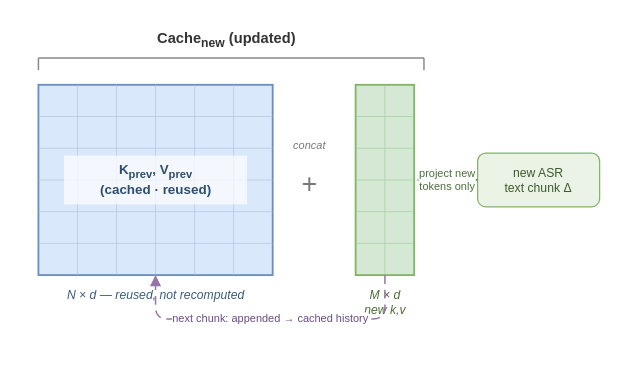
Earlier version of the draw.io diagram paper/tougao/attach/drawprompt/pic5.drawio (hua0424/streamllm). Source tidied: cells renumbered, new cells numbered last; positions are measured from the earlier drawing's top-left corner, leaving out a move shared by most shapes. Both pictures are drawn from the tidied source at 122%, with x=0, y=0 at pixel (21, 21).
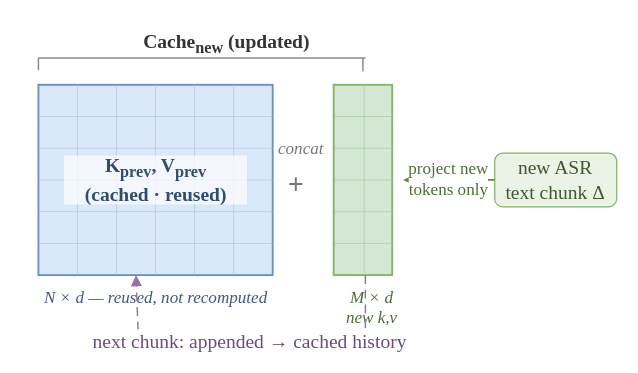
After the change.

Change to the diagram source:
```diff
@@
-    <mxCell id="2" value="Cache&lt;sub&gt;new&lt;/sub&gt; (updated)" style="text;html=1;align=center;fontSize=12;fontStyle=1;fontColor=#333333;" parent="1" vertex="1">
+    <mxCell id="2" value="&lt;font face=&quot;Times New Roman&quot; style=&quot;font-size: 16px;&quot;&gt;Cache&lt;sub&gt;new&lt;/sub&gt; (updated)&lt;/font&gt;" style="text;html=1;align=center;fontSize=12;fontStyle=1;fontColor=#333333;" parent="1" vertex="1">
       <mxGeometry x="8" width="320" height="18" as="geometry" />
     </mxCell>
     <mxCell id="3" style="endArrow=none;startArrow=none;html=1;strokeColor=#888888;strokeWidth=1.2;" parent="1" edge="1">
       <mxGeometry relative="1" as="geometry">
         <mxPoint x="14" y="30" as="sourcePoint" />
-        <mxPoint x="330" y="30" as="targetPoint" />
+        <mxPoint x="282" y="30" as="targetPoint" />
       </mxGeometry>
     </mxCell>
@@
     <mxCell id="5" style="endArrow=none;startArrow=none;html=1;strokeColor=#888888;strokeWidth=1.2;" parent="1" edge="1">
       <mxGeometry relative="1" as="geometry">
-        <mxPoint x="330" y="30" as="sourcePoint" />
-        <mxPoint x="330" y="40" as="targetPoint" />
+        <mxPoint x="280" y="30" as="sourcePoint" />
+        <mxPoint x="280" y="41" as="targetPoint" />
       </mxGeometry>
     </mxCell>
@@
-    <mxCell id="17" value="K&lt;sub&gt;prev&lt;/sub&gt;, V&lt;sub&gt;prev&lt;/sub&gt;&#10;(cached · reused)" style="rounded=0;html=1;fillColor=#ffffff;opacity=72;strokeColor=none;fontSize=11;fontStyle=1;fontColor=#2f4d6e;align=center;" parent="1" vertex="1">
+    <mxCell id="17" value="&lt;font face=&quot;Times New Roman&quot; style=&quot;font-size: 16px;&quot;&gt;K&lt;sub&gt;prev&lt;/sub&gt;, V&lt;sub&gt;prev&lt;/sub&gt;&lt;br&gt;(cached · reused)&lt;/font&gt;" style="rounded=0;html=1;fillColor=#ffffff;opacity=72;strokeColor=none;fontSize=11;fontStyle=1;fontColor=#2f4d6e;align=center;" parent="1" vertex="1">
       <mxGeometry x="35" y="110" width="150" height="40" as="geometry" />
     </mxCell>
-    <mxCell id="18" value="N × d  —  reused, not recomputed" style="text;html=1;align=center;fontSize=10;fontStyle=2;fontColor=#3b5b80;" parent="1" vertex="1">
+    <mxCell id="18" value="&lt;font face=&quot;Times New Roman&quot; style=&quot;font-size: 14px;&quot;&gt;N × d  —  reused, not recomputed&lt;/font&gt;" style="text;html=1;align=center;fontSize=10;fontStyle=2;fontColor=#3b5b80;" parent="1" vertex="1">
       <mxGeometry y="212" width="220" height="14" as="geometry" />
     </mxCell>
     <mxCell id="19" value="+" style="text;html=1;align=center;fontSize=22;fontColor=#777777;" parent="1" vertex="1">
-      <mxGeometry x="221" y="114" width="30" height="30" as="geometry" />
+      <mxGeometry x="210" y="114" width="30" height="30" as="geometry" />
     </mxCell>
-    <mxCell id="20" value="concat" style="text;html=1;align=center;fontSize=9;fontStyle=2;fontColor=#777777;" parent="1" vertex="1">
-      <mxGeometry x="216" y="90" width="40" height="12" as="geometry" />
+    <mxCell id="20" value="&lt;font face=&quot;Times New Roman&quot; style=&quot;font-size: 14px;&quot;&gt;concat&lt;/font&gt;" style="text;html=1;align=center;fontSize=9;fontStyle=2;fontColor=#777777;" parent="1" vertex="1">
+      <mxGeometry x="209" y="90" width="40" height="12" as="geometry" />
     </mxCell>
     <mxCell id="21" style="rounded=0;whiteSpace=wrap;html=1;fillColor=#d5e8d4;strokeColor=#82b366;strokeWidth=1.5;" parent="1" vertex="1">
-      <mxGeometry x="274" y="52" width="48" height="156" as="geometry" />
+      <mxGeometry x="256" y="52" width="48" height="156" as="geometry" />
     </mxCell>
     <mxCell id="22" style="endArrow=none;html=1;strokeColor=#9ccb9c;strokeWidth=0.5;" parent="1" edge="1">
       <mxGeometry relative="1" as="geometry">
-        <mxPoint x="298" y="52" as="sourcePoint" />
-        <mxPoint x="298" y="208" as="targetPoint" />
+        <mxPoint x="281" y="52" as="sourcePoint" />
+        <mxPoint x="281" y="208" as="targetPoint" />
       </mxGeometry>
     </mxCell>
     <mxCell id="23" style="endArrow=none;html=1;strokeColor=#9ccb9c;strokeWidth=0.5;" parent="1" edge="1">
       <mxGeometry relative="1" as="geometry">
-        <mxPoint x="274" y="78" as="sourcePoint" />
-        <mxPoint x="322" y="78" as="targetPoint" />
+        <mxPoint x="257" y="78" as="sourcePoint" />
+        <mxPoint x="305" y="78" as="targetPoint" />
       </mxGeometry>
     </mxCell>
     <mxCell id="24" style="endArrow=none;html=1;strokeColor=#9ccb9c;strokeWidth=0.5;" parent="1" edge="1">
       <mxGeometry relative="1" as="geometry">
-        <mxPoint x="274" y="104" as="sourcePoint" />
-        <mxPoint x="322" y="104" as="targetPoint" />
+        <mxPoint x="257" y="104" as="sourcePoint" />
+        <mxPoint x="305" y="104" as="targetPoint" />
       </mxGeometry>
     </mxCell>
     <mxCell id="25" style="endArrow=none;html=1;strokeColor=#9ccb9c;strokeWidth=0.5;" parent="1" edge="1">
       <mxGeometry relative="1" as="geometry">
-        <mxPoint x="274" y="130" as="sourcePoint" />
-        <mxPoint x="322" y="130" as="targetPoint" />
+        <mxPoint x="257" y="130" as="sourcePoint" />
+        <mxPoint x="305" y="130" as="targetPoint" />
       </mxGeometry>
     </mxCell>
     <mxCell id="26" style="endArrow=none;html=1;strokeColor=#9ccb9c;strokeWidth=0.5;" parent="1" edge="1">
       <mxGeometry relative="1" as="geometry">
-        <mxPoint x="274" y="156" as="sourcePoint" />
-        <mxPoint x="322" y="156" as="targetPoint" />
+        <mxPoint x="257" y="156" as="sourcePoint" />
+        <mxPoint x="305" y="156" as="targetPoint" />
       </mxGeometry>
     </mxCell>
     <mxCell id="27" style="endArrow=none;html=1;strokeColor=#9ccb9c;strokeWidth=0.5;" parent="1" edge="1">
       <mxGeometry relative="1" as="geometry">
-        <mxPoint x="274" y="182" as="sourcePoint" />
-        <mxPoint x="322" y="182" as="targetPoint" />
+        <mxPoint x="257" y="182" as="sourcePoint" />
+        <mxPoint x="305" y="182" as="targetPoint" />
       </mxGeometry>
     </mxCell>
-    <mxCell id="28" value="M × d&#10;new k,v" style="text;html=1;align=center;fontSize=10;fontStyle=2;fontColor=#4d6e3a;" parent="1" vertex="1">
-      <mxGeometry x="258" y="212" width="80" height="26" as="geometry" />
+    <mxCell id="28" value="&lt;font face=&quot;Times New Roman&quot; style=&quot;font-size: 14px;&quot;&gt;M × d&lt;br&gt;new k,v&lt;/font&gt;" style="text;html=1;align=center;fontSize=10;fontStyle=2;fontColor=#4d6e3a;" parent="1" vertex="1">
+      <mxGeometry x="247" y="212" width="80" height="26" as="geometry" />
     </mxCell>
-    <mxCell id="29" value="new ASR&#10;text chunk Δ" style="rounded=1;whiteSpace=wrap;html=1;fillColor=#eaf3e6;strokeColor=#82b366;fontSize=10;fontColor=#3d5a2e;" parent="1" vertex="1">
-      <mxGeometry x="374" y="108" width="100" height="44" as="geometry" />
+    <mxCell id="29" value="&lt;font face=&quot;Times New Roman&quot; style=&quot;font-size: 16px;&quot;&gt;new ASR&lt;br&gt;text chunk Δ&lt;/font&gt;" style="rounded=1;whiteSpace=wrap;html=1;fillColor=#eaf3e6;strokeColor=#82b366;fontSize=10;fontColor=#3d5a2e;" parent="1" vertex="1">
+      <mxGeometry x="388" y="108" width="100" height="44" as="geometry" />
     </mxCell>
-    <mxCell id="30" value="project new&#10;tokens only" style="endArrow=block;html=1;strokeColor=#5b8a3a;strokeWidth=1.5;fontSize=9;fontColor=#4d6e3a;" parent="1" edge="1">
+    <mxCell id="30" value="&lt;font face=&quot;Times New Roman&quot; style=&quot;font-size: 14px;&quot;&gt;project new&lt;br&gt;tokens only&lt;/font&gt;" style="endArrow=block;html=1;strokeColor=#5b8a3a;strokeWidth=1.5;fontSize=9;fontColor=#4d6e3a;exitX=0;exitY=0.5;exitDx=0;exitDy=0;" parent="1" edge="1" source="29">
       <mxGeometry relative="1" as="geometry">
-        <mxPoint x="374" y="130" as="sourcePoint" />
-        <mxPoint x="324" y="130" as="targetPoint" />
+        <mxPoint x="313" y="130" as="targetPoint" />
       </mxGeometry>
     </mxCell>
-    <mxCell id="31" value="next chunk: appended → cached history" style="endArrow=block;html=1;strokeColor=#9673a6;strokeWidth=1.2;dashed=1;dashPattern=6 4;rounded=1;fontSize=9;fontColor=#6a4a86;" parent="1" edge="1">
+    <mxCell id="31" value="&lt;font face=&quot;Times New Roman&quot; style=&quot;font-size: 16px;&quot;&gt;next chunk: appended → cached history&lt;/font&gt;" style="endArrow=block;html=1;strokeColor=#9673a6;strokeWidth=1.2;dashed=1;dashPattern=6 4;rounded=1;fontSize=9;fontColor=#6a4a86;" parent="1" edge="1">
       <mxGeometry relative="1" as="geometry">
-        <mxPoint x="298" y="208" as="sourcePoint" />
-        <mxPoint x="110" y="208" as="targetPoint" />
+        <mxPoint x="282" y="208" as="sourcePoint" />
+        <mxPoint x="94" y="208" as="targetPoint" />
         <Array as="points">
-          <mxPoint x="298" y="244" />
-          <mxPoint x="110" y="244" />
+          <mxPoint x="282" y="260" />
+          <mxPoint x="96" y="263" />
         </Array>
       </mxGeometry>
     </mxCell>
```
